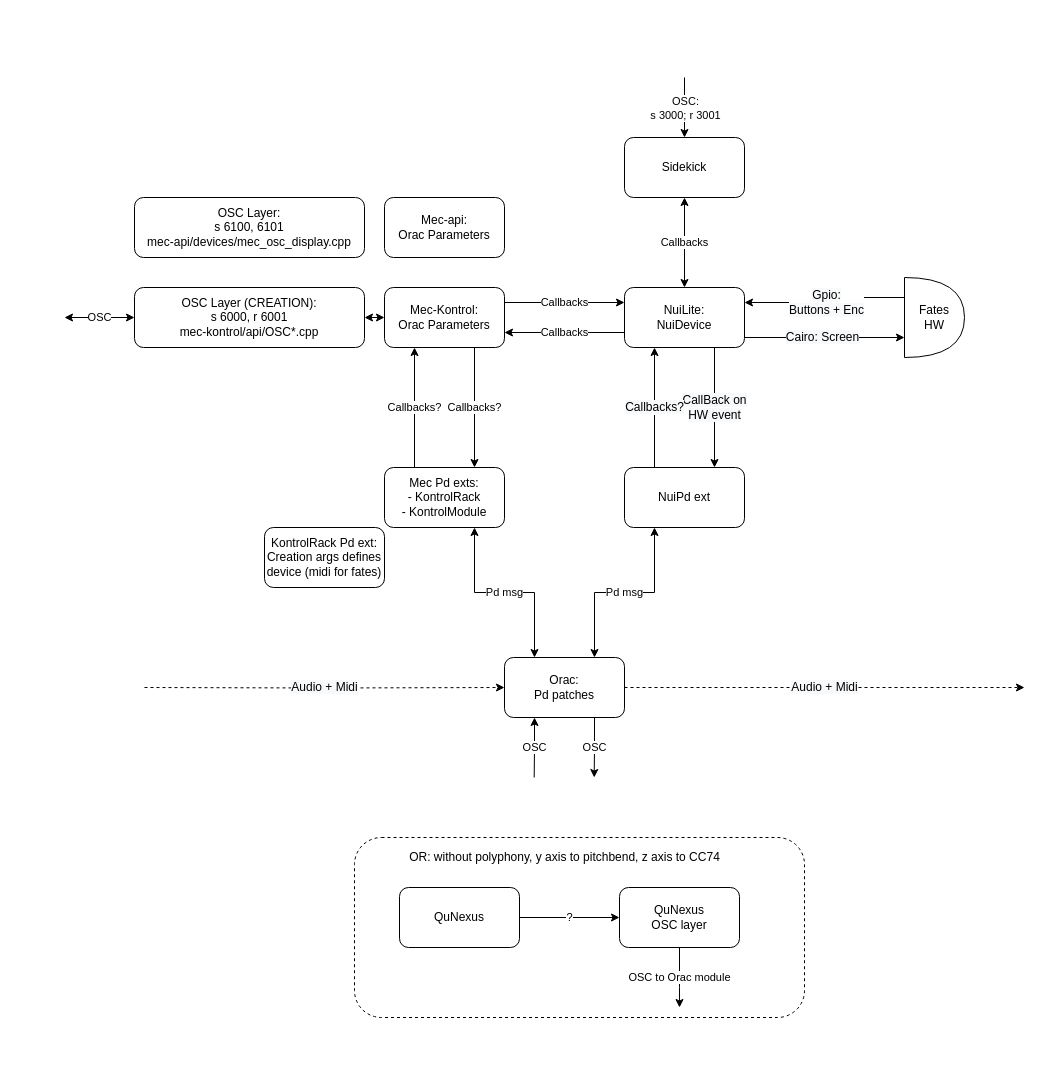
Earlier version of the draw.io diagram docs/fates_arch.drawio (Lcchy/MEC-private). Source tidied: cells renumbered, new cells numbered last; positions are measured from the earlier drawing's top-left corner, leaving out a move shared by most shapes. Both pictures are drawn from the tidied source at 100%, with x=0, y=0 at pixel (64, 77).
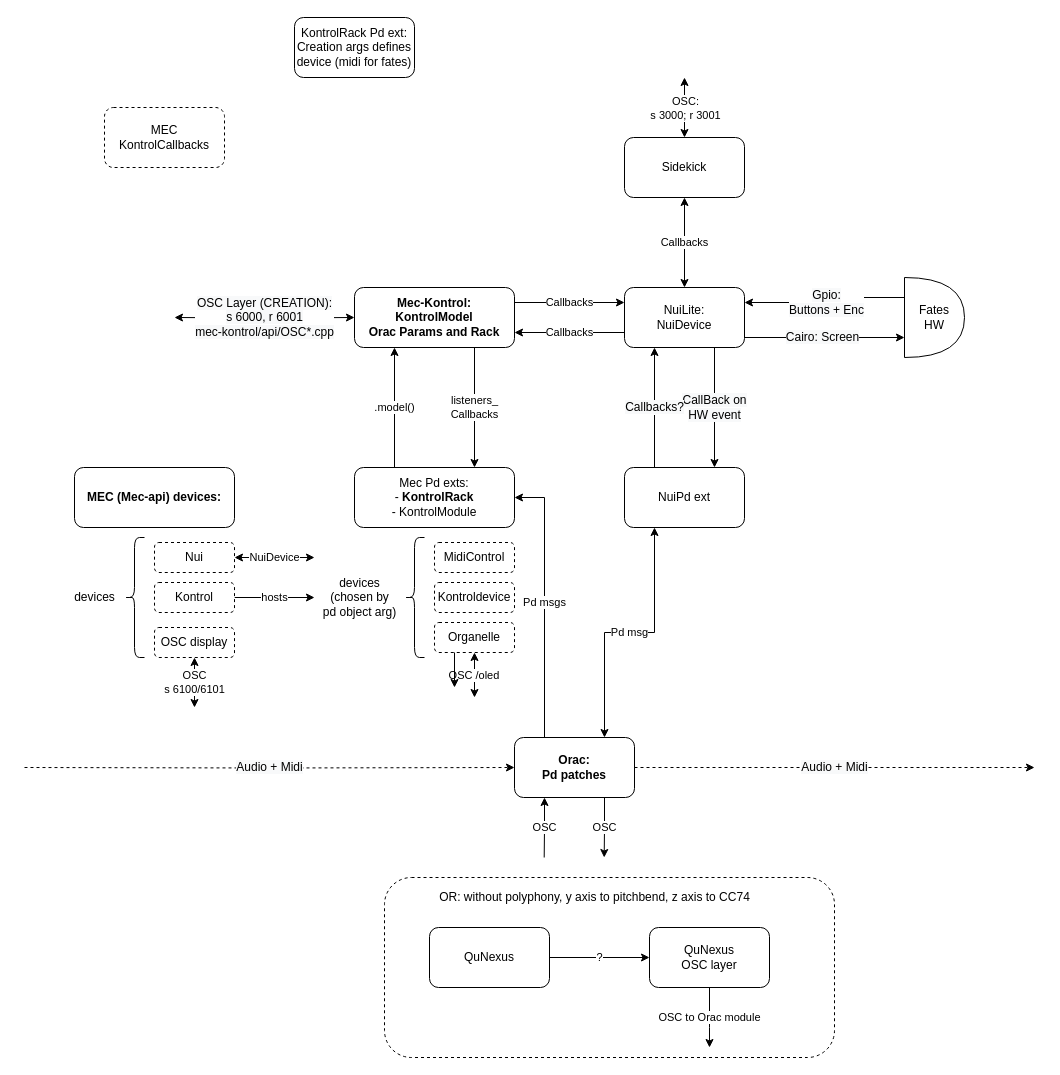
After the change.

Unchanged cells that the change refers to:
```xml
<mxCell id="28" value="Sidekick" style="rounded=1;whiteSpace=wrap;html=1;" parent="1" vertex="1">
  <mxGeometry x="560" y="60" width="120" height="60" as="geometry" />
</mxCell>
```

Diff of the diagram source:
```diff
@@
     <mxCell id="2" value="&lt;span style=&quot;color: rgb(0, 0, 0); font-family: helvetica; font-size: 12px; font-style: normal; font-weight: 400; letter-spacing: normal; text-align: center; text-indent: 0px; text-transform: none; word-spacing: 0px; background-color: rgb(248, 249, 250); display: inline; float: none;&quot;&gt;Audio + Midi&lt;/span&gt;" style="edgeStyle=orthogonalEdgeStyle;rounded=0;jettySize=auto;html=1;dashed=1;entryX=0;entryY=0.5;entryDx=0;entryDy=0;" parent="1" edge="1" target="6">
       <mxGeometry relative="1" as="geometry">
-        <mxPoint x="80" y="610" as="sourcePoint" />
+        <mxPoint x="-40" y="690" as="sourcePoint" />
       </mxGeometry>
     </mxCell>
     <mxCell id="3" value="&lt;span style=&quot;color: rgb(0, 0, 0); font-family: helvetica; font-size: 12px; font-style: normal; font-weight: 400; letter-spacing: normal; text-align: center; text-indent: 0px; text-transform: none; word-spacing: 0px; background-color: rgb(248, 249, 250); display: inline; float: none;&quot;&gt;Audio + Midi&lt;/span&gt;" style="edgeStyle=orthogonalEdgeStyle;rounded=0;jettySize=auto;html=1;exitX=1;exitY=0.5;exitDx=0;exitDy=0;dashed=1;" parent="1" edge="1" source="6">
       <mxGeometry relative="1" as="geometry">
-        <mxPoint x="960" y="610" as="targetPoint" />
+        <mxPoint x="970" y="690" as="targetPoint" />
       </mxGeometry>
     </mxCell>
     <mxCell id="4" value="OSC" style="edgeStyle=orthogonalEdgeStyle;rounded=0;jettySize=auto;html=1;exitX=0.25;exitY=1;exitDx=0;exitDy=0;startArrow=classic;startFill=1;endArrow=none;endFill=0;" parent="1" edge="1" source="6">
       <mxGeometry relative="1" as="geometry">
-        <mxPoint x="469.7" y="700" as="targetPoint" />
+        <mxPoint x="479.7" y="780" as="targetPoint" />
       </mxGeometry>
     </mxCell>
     <mxCell id="5" value="OSC" style="edgeStyle=orthogonalEdgeStyle;rounded=0;jettySize=auto;html=1;exitX=0.75;exitY=1;exitDx=0;exitDy=0;startArrow=none;startFill=0;endArrow=classic;endFill=1;" parent="1" edge="1" source="6">
       <mxGeometry relative="1" as="geometry">
-        <mxPoint x="529.7" y="700" as="targetPoint" />
+        <mxPoint x="539.7" y="780" as="targetPoint" />
       </mxGeometry>
     </mxCell>
+    <mxCell id="37" value="Pd msgs" style="edgeStyle=orthogonalEdgeStyle;rounded=0;jettySize=auto;html=1;exitX=0.25;exitY=0;exitDx=0;exitDy=0;entryX=1;entryY=0.5;entryDx=0;entryDy=0;" parent="1" edge="1" source="6" target="21">
+      <mxGeometry relative="1" as="geometry" />
+    </mxCell>
-    <mxCell id="6" value="Orac:&lt;br&gt;Pd patches" style="rounded=1;whiteSpace=wrap;html=1;" parent="1" vertex="1">
-      <mxGeometry x="440" y="580" width="120" height="60" as="geometry" />
+    <mxCell id="6" value="Orac:&lt;br&gt;Pd patches" style="rounded=1;whiteSpace=wrap;html=1;fontStyle=1;" parent="1" vertex="1">
+      <mxGeometry x="450" y="660" width="120" height="60" as="geometry" />
     </mxCell>
@@
-    <mxCell id="8" value="&lt;span style=&quot;color: rgb(0, 0, 0); font-family: helvetica; font-size: 11px; font-style: normal; font-weight: 400; letter-spacing: normal; text-align: center; text-indent: 0px; text-transform: none; word-spacing: 0px; background-color: rgb(255, 255, 255); display: inline; float: none;&quot;&gt;Callbacks?&lt;/span&gt;" style="edgeStyle=orthogonalEdgeStyle;rounded=0;jettySize=auto;html=1;exitX=0.75;exitY=1;exitDx=0;exitDy=0;entryX=0.75;entryY=0;entryDx=0;entryDy=0;" parent="1" edge="1" source="9" target="21">
+    <mxCell id="8" value="&lt;span style=&quot;color: rgb(0 , 0 , 0) ; font-family: &amp;#34;helvetica&amp;#34; ; font-size: 11px ; font-style: normal ; font-weight: 400 ; letter-spacing: normal ; text-align: center ; text-indent: 0px ; text-transform: none ; word-spacing: 0px ; background-color: rgb(255 , 255 , 255) ; display: inline ; float: none&quot;&gt;listeners_&lt;br&gt;Callbacks&lt;br&gt;&lt;/span&gt;" style="edgeStyle=orthogonalEdgeStyle;rounded=0;jettySize=auto;html=1;exitX=0.75;exitY=1;exitDx=0;exitDy=0;entryX=0.75;entryY=0;entryDx=0;entryDy=0;" parent="1" edge="1" source="9" target="21">
       <mxGeometry relative="1" as="geometry" />
     </mxCell>
-    <mxCell id="9" value="Mec-Kontrol:&lt;br&gt;Orac Parameters" style="rounded=1;whiteSpace=wrap;html=1;" parent="1" vertex="1">
-      <mxGeometry x="320" y="210" width="120" height="60" as="geometry" />
+    <mxCell id="9" value="Mec-Kontrol:&lt;br&gt;KontrolModel&lt;br&gt;Orac Params and Rack" style="rounded=1;whiteSpace=wrap;html=1;fontStyle=1;" parent="1" vertex="1">
+      <mxGeometry x="290" y="210" width="160" height="60" as="geometry" />
     </mxCell>
@@
-    <mxCell id="19" value="Callbacks?" style="edgeStyle=orthogonalEdgeStyle;rounded=0;jettySize=auto;html=1;exitX=0.25;exitY=0;exitDx=0;exitDy=0;entryX=0.25;entryY=1;entryDx=0;entryDy=0;" parent="1" edge="1" source="21" target="9">
+    <mxCell id="19" value=".model()" style="edgeStyle=orthogonalEdgeStyle;rounded=0;jettySize=auto;html=1;exitX=0.25;exitY=0;exitDx=0;exitDy=0;entryX=0.25;entryY=1;entryDx=0;entryDy=0;" parent="1" edge="1" source="21" target="9">
       <mxGeometry relative="1" as="geometry" />
     </mxCell>
-    <mxCell id="20" value="Pd msg" style="edgeStyle=orthogonalEdgeStyle;rounded=0;jettySize=auto;html=1;exitX=0.75;exitY=1;exitDx=0;exitDy=0;entryX=0.25;entryY=0;entryDx=0;entryDy=0;startArrow=classic;startFill=1;" parent="1" edge="1" source="21" target="6">
-      <mxGeometry relative="1" as="geometry" />
-    </mxCell>
-    <mxCell id="21" value="Mec Pd exts:&lt;br&gt;- KontrolRack&lt;br&gt;- KontrolModule" style="rounded=1;whiteSpace=wrap;html=1;" parent="1" vertex="1">
-      <mxGeometry x="320" y="390" width="120" height="60" as="geometry" />
+    <mxCell id="21" value="Mec Pd exts:&lt;br&gt;- &lt;b&gt;KontrolRack&lt;/b&gt;&lt;br&gt;- KontrolModule" style="rounded=1;whiteSpace=wrap;html=1;" parent="1" vertex="1">
+      <mxGeometry x="290" y="390" width="160" height="60" as="geometry" />
     </mxCell>
     <mxCell id="22" value="OSC to Orac module" style="edgeStyle=orthogonalEdgeStyle;rounded=0;orthogonalLoop=1;jettySize=auto;html=1;startArrow=none;startFill=0;endArrow=classic;endFill=1;exitX=0.5;exitY=1;exitDx=0;exitDy=0;" parent="1" edge="1">
       <mxGeometry relative="1" as="geometry">
-        <mxPoint x="615" y="870" as="sourcePoint" />
-        <mxPoint x="615" y="930" as="targetPoint" />
+        <mxPoint x="645" y="910" as="sourcePoint" />
+        <mxPoint x="645" y="970" as="targetPoint" />
         <Array as="points">
-          <mxPoint x="615" y="910" />
+          <mxPoint x="645" y="950" />
         </Array>
       </mxGeometry>
     </mxCell>
     <mxCell id="23" value="QuNexus &lt;br&gt;OSC layer" style="rounded=1;whiteSpace=wrap;html=1;" parent="1" vertex="1">
-      <mxGeometry x="555" y="810" width="120" height="60" as="geometry" />
+      <mxGeometry x="585" y="850" width="120" height="60" as="geometry" />
     </mxCell>
@@
     <mxCell id="25" value="QuNexus" style="rounded=1;whiteSpace=wrap;html=1;" parent="1" vertex="1">
-      <mxGeometry x="335" y="810" width="120" height="60" as="geometry" />
+      <mxGeometry x="365" y="850" width="120" height="60" as="geometry" />
     </mxCell>
@@
-    <mxCell id="27" value="OSC:&lt;br&gt;s 3000; r 3001" style="edgeStyle=orthogonalEdgeStyle;rounded=0;jettySize=auto;html=1;exitX=0.5;exitY=0;exitDx=0;exitDy=0;startArrow=classic;startFill=1;endArrow=none;endFill=0;" parent="1" edge="1" source="28">
+    <mxCell id="27" value="OSC:&lt;br&gt;s 3000; r 3001" style="edgeStyle=orthogonalEdgeStyle;rounded=0;jettySize=auto;html=1;exitX=0.5;exitY=0;exitDx=0;exitDy=0;startArrow=classic;startFill=1;endArrow=classic;endFill=1;" parent="1" edge="1" source="28">
       <mxGeometry relative="1" as="geometry">
         <mxPoint x="620" as="targetPoint" />
       </mxGeometry>
     </mxCell>
@@
     <mxCell id="29" value="OR: without polyphony, y axis to pitchbend, z axis to CC74" style="text;html=1;align=center;verticalAlign=middle;strokeColor=none;" parent="1" vertex="1">
-      <mxGeometry x="335" y="770" width="330" height="20" as="geometry" />
+      <mxGeometry x="365" y="810" width="330" height="20" as="geometry" />
     </mxCell>
     <mxCell id="30" style="rounded=1;whiteSpace=wrap;html=1;dashed=1;fillColor=none;" parent="1" vertex="1">
-      <mxGeometry x="290" y="760" width="450" height="180" as="geometry" />
+      <mxGeometry x="320" y="800" width="450" height="180" as="geometry" />
     </mxCell>
-    <mxCell id="31" value="OSC" style="edgeStyle=orthogonalEdgeStyle;rounded=0;jettySize=auto;html=1;startArrow=classic;startFill=1;endArrow=classic;endFill=1;" parent="1" edge="1" source="33">
-      <mxGeometry relative="1" as="geometry">
-        <mxPoint y="240" as="targetPoint" />
-        <Array as="points">
-          <mxPoint x="30" y="240" />
-          <mxPoint x="30" y="240" />
-        </Array>
-      </mxGeometry>
-    </mxCell>
-    <mxCell id="32" style="edgeStyle=orthogonalEdgeStyle;rounded=0;jettySize=auto;html=1;exitX=1;exitY=0.5;exitDx=0;exitDy=0;entryX=0;entryY=0.5;entryDx=0;entryDy=0;startArrow=classic;startFill=1;endArrow=classic;endFill=1;" parent="1" edge="1" source="33" target="9">
-      <mxGeometry relative="1" as="geometry" />
+    <mxCell id="32" value="&lt;span style=&quot;color: rgb(0, 0, 0); font-family: helvetica; font-size: 12px; font-style: normal; font-weight: 400; letter-spacing: normal; text-align: center; text-indent: 0px; text-transform: none; word-spacing: 0px; background-color: rgb(248, 249, 250); display: inline; float: none;&quot;&gt;OSC Layer (CREATION):&lt;/span&gt;&lt;br style=&quot;color: rgb(0, 0, 0); font-family: helvetica; font-size: 12px; font-style: normal; font-weight: 400; letter-spacing: normal; text-align: center; text-indent: 0px; text-transform: none; word-spacing: 0px; background-color: rgb(248, 249, 250);&quot;&gt;&lt;span style=&quot;color: rgb(0, 0, 0); font-family: helvetica; font-size: 12px; font-style: normal; font-weight: 400; letter-spacing: normal; text-align: center; text-indent: 0px; text-transform: none; word-spacing: 0px; background-color: rgb(248, 249, 250); display: inline; float: none;&quot;&gt;s 6000, r 6001&lt;/span&gt;&lt;br style=&quot;color: rgb(0, 0, 0); font-family: helvetica; font-size: 12px; font-style: normal; font-weight: 400; letter-spacing: normal; text-align: center; text-indent: 0px; text-transform: none; word-spacing: 0px; background-color: rgb(248, 249, 250);&quot;&gt;&lt;span style=&quot;color: rgb(0, 0, 0); font-family: helvetica; font-size: 12px; font-style: normal; font-weight: 400; letter-spacing: normal; text-align: center; text-indent: 0px; text-transform: none; word-spacing: 0px; background-color: rgb(248, 249, 250); display: inline; float: none;&quot;&gt;mec-kontrol/api/OSC*.cpp&lt;/span&gt;" style="edgeStyle=orthogonalEdgeStyle;rounded=0;jettySize=auto;html=1;entryX=0;entryY=0.5;entryDx=0;entryDy=0;startArrow=classic;startFill=1;endArrow=classic;endFill=1;" parent="1" edge="1" target="9">
+      <mxGeometry relative="1" as="geometry">
+        <mxPoint x="110" y="240" as="sourcePoint" />
+      </mxGeometry>
     </mxCell>
-    <mxCell id="33" value="OSC Layer (CREATION):&lt;br&gt;s 6000, r 6001&lt;br&gt;mec-kontrol/api/OSC*.cpp" style="rounded=1;whiteSpace=wrap;html=1;" parent="1" vertex="1">
-      <mxGeometry x="70" y="210" width="230" height="60" as="geometry" />
-    </mxCell>
-    <mxCell id="34" value="Mec-api:&lt;br&gt;Orac Parameters" style="rounded=1;whiteSpace=wrap;html=1;" parent="1" vertex="1">
-      <mxGeometry x="320" y="120" width="120" height="60" as="geometry" />
+    <mxCell id="34" value="MEC (Mec-api) devices:" style="rounded=1;whiteSpace=wrap;html=1;fontStyle=1;" parent="1" vertex="1">
+      <mxGeometry x="10" y="390" width="160" height="60" as="geometry" />
     </mxCell>
-    <mxCell id="35" value="OSC Layer:&lt;br&gt;s 6100, 6101&lt;br&gt;mec-api/devices/mec_osc_display.cpp" style="rounded=1;whiteSpace=wrap;html=1;" parent="1" vertex="1">
-      <mxGeometry x="70" y="120" width="230" height="60" as="geometry" />
-    </mxCell>
     <mxCell id="36" value="KontrolRack Pd ext:&lt;br&gt;Creation args defines device (midi for fates)" style="rounded=1;whiteSpace=wrap;html=1;" parent="1" vertex="1">
-      <mxGeometry x="200" y="450" width="120" height="60" as="geometry" />
+      <mxGeometry x="230" y="-60" width="120" height="60" as="geometry" />
     </mxCell>
+    <mxCell id="38" value="NuiDevice" style="edgeStyle=orthogonalEdgeStyle;rounded=0;jettySize=auto;html=1;exitX=1;exitY=0.5;exitDx=0;exitDy=0;startArrow=classic;startFill=1;" parent="1" edge="1" source="39">
+      <mxGeometry relative="1" as="geometry">
+        <mxPoint x="250" y="480" as="targetPoint" />
+      </mxGeometry>
+    </mxCell>
+    <mxCell id="39" value="Nui" style="rounded=1;whiteSpace=wrap;html=1;dashed=1;" parent="1" vertex="1">
+      <mxGeometry x="90" y="465" width="80" height="30" as="geometry" />
+    </mxCell>
+    <mxCell id="40" value="&lt;span style=&quot;color: rgb(0, 0, 0); font-family: helvetica; font-size: 11px; font-style: normal; font-weight: 400; letter-spacing: normal; text-align: center; text-indent: 0px; text-transform: none; word-spacing: 0px; background-color: rgb(255, 255, 255); display: inline; float: none;&quot;&gt;OSC&lt;/span&gt;&lt;br style=&quot;color: rgb(0, 0, 0); font-family: helvetica; font-size: 11px; font-style: normal; font-weight: 400; letter-spacing: normal; text-align: center; text-indent: 0px; text-transform: none; word-spacing: 0px;&quot;&gt;&lt;span style=&quot;color: rgb(0, 0, 0); font-family: helvetica; font-size: 11px; font-style: normal; font-weight: 400; letter-spacing: normal; text-align: center; text-indent: 0px; text-transform: none; word-spacing: 0px; background-color: rgb(255, 255, 255); display: inline; float: none;&quot;&gt;s 6100/6101&lt;/span&gt;" style="edgeStyle=orthogonalEdgeStyle;rounded=0;jettySize=auto;html=1;exitX=0.5;exitY=1;exitDx=0;exitDy=0;startArrow=classic;startFill=1;" parent="1" edge="1" source="41">
+      <mxGeometry relative="1" as="geometry">
+        <mxPoint x="130" y="630" as="targetPoint" />
+      </mxGeometry>
+    </mxCell>
+    <mxCell id="41" value="OSC display" style="rounded=1;whiteSpace=wrap;html=1;dashed=1;" parent="1" vertex="1">
+      <mxGeometry x="90" y="550" width="80" height="30" as="geometry" />
+    </mxCell>
+    <mxCell id="42" value="hosts" style="edgeStyle=orthogonalEdgeStyle;rounded=0;jettySize=auto;html=1;exitX=1;exitY=0.5;exitDx=0;exitDy=0;" parent="1" edge="1" source="43" target="52">
+      <mxGeometry relative="1" as="geometry" />
+    </mxCell>
+    <mxCell id="43" value="Kontrol" style="rounded=1;whiteSpace=wrap;html=1;dashed=1;" parent="1" vertex="1">
+      <mxGeometry x="90" y="505" width="80" height="30" as="geometry" />
+    </mxCell>
+    <mxCell id="44" style="shape=curlyBracket;whiteSpace=wrap;html=1;rounded=1;" parent="1" vertex="1">
+      <mxGeometry x="60" y="460" width="20" height="120" as="geometry" />
+    </mxCell>
+    <mxCell id="45" value="devices" style="text;html=1;align=center;verticalAlign=middle;strokeColor=none;" parent="1" vertex="1">
+      <mxGeometry y="510" width="60" height="20" as="geometry" />
+    </mxCell>
+    <mxCell id="46" value="MidiControl" style="rounded=1;whiteSpace=wrap;html=1;fontStyle=0;dashed=1;" parent="1" vertex="1">
+      <mxGeometry x="370" y="465" width="80" height="30" as="geometry" />
+    </mxCell>
+    <mxCell id="47" value="Kontroldevice" style="rounded=1;whiteSpace=wrap;html=1;fontStyle=0;dashed=1;" parent="1" vertex="1">
+      <mxGeometry x="370" y="505" width="80" height="30" as="geometry" />
+    </mxCell>
+    <mxCell id="48" value="OSC /oled&amp;nbsp;" style="edgeStyle=orthogonalEdgeStyle;rounded=0;jettySize=auto;html=1;exitX=0.5;exitY=1;exitDx=0;exitDy=0;startArrow=classic;startFill=1;" parent="1" edge="1" source="49">
+      <mxGeometry relative="1" as="geometry">
+        <mxPoint x="410" y="620" as="targetPoint" />
+      </mxGeometry>
+    </mxCell>
+    <mxCell id="49" value="Organelle" style="rounded=1;whiteSpace=wrap;html=1;fontStyle=0;dashed=1;" parent="1" vertex="1">
+      <mxGeometry x="370" y="545" width="80" height="30" as="geometry" />
+    </mxCell>
+    <mxCell id="50" style="edgeStyle=orthogonalEdgeStyle;rounded=0;jettySize=auto;html=1;exitX=0.25;exitY=1;exitDx=0;exitDy=0;" parent="1" edge="1" source="49">
+      <mxGeometry relative="1" as="geometry">
+        <mxPoint x="390" y="610" as="targetPoint" />
+      </mxGeometry>
+    </mxCell>
+    <mxCell id="51" style="shape=curlyBracket;whiteSpace=wrap;html=1;rounded=1;fontStyle=0;" parent="1" vertex="1">
+      <mxGeometry x="340" y="460" width="20" height="120" as="geometry" />
+    </mxCell>
+    <mxCell id="52" value="devices&lt;br&gt;(chosen by&lt;br&gt;pd object arg)" style="text;html=1;align=center;verticalAlign=middle;points=[];strokeColor=none;fontStyle=0;" parent="1" vertex="1">
+      <mxGeometry x="250" y="495" width="90" height="50" as="geometry" />
+    </mxCell>
+    <mxCell id="53" value="MEC KontrolCallbacks" style="rounded=1;whiteSpace=wrap;html=1;dashed=1;" parent="1" vertex="1">
+      <mxGeometry x="40" y="30" width="120" height="60" as="geometry" />
+    </mxCell>
```
